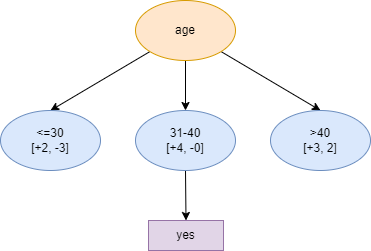
JhunBrian/DS-312 keeps this draw.io diagram as materials/Decision Tree/figures/act3_it2.drawio.png. Above is the earlier version. Source tidied: cells renumbered, new cells last; positions are measured from the earlier drawing's top-left corner, leaving out a move shared by most shapes. Its diagram source:
```xml
<mxGraphModel>
  <root>
    <mxCell id="0" />
    <mxCell id="1" parent="0" />
    <mxCell id="2" style="edgeStyle=none;rounded=0;jettySize=auto;html=1;entryX=0.5;entryY=0;entryDx=0;entryDy=0;" parent="1" edge="1" source="5" target="6">
      <mxGeometry relative="1" as="geometry" />
    </mxCell>
    <mxCell id="3" style="edgeStyle=none;rounded=0;jettySize=auto;html=1;entryX=0.5;entryY=0;entryDx=0;entryDy=0;" parent="1" edge="1" source="5" target="9">
      <mxGeometry relative="1" as="geometry" />
    </mxCell>
    <mxCell id="4" style="edgeStyle=none;rounded=0;jettySize=auto;html=1;" parent="1" edge="1" source="5" target="8">
      <mxGeometry relative="1" as="geometry" />
    </mxCell>
    <mxCell id="5" value="age" style="ellipse;whiteSpace=wrap;html=1;fillColor=#ffe6cc;strokeColor=#d79b00;" parent="1" vertex="1">
      <mxGeometry x="135" width="100" height="60" as="geometry" />
    </mxCell>
    <mxCell id="6" value="&amp;lt;=30&lt;br&gt;[+2, -3]" style="ellipse;whiteSpace=wrap;html=1;fillColor=#dae8fc;strokeColor=#6c8ebf;" parent="1" vertex="1">
      <mxGeometry y="110" width="100" height="60" as="geometry" />
    </mxCell>
    <mxCell id="7" style="edgeStyle=none;rounded=0;jettySize=auto;html=1;entryX=0.5;entryY=0;entryDx=0;entryDy=0;" parent="1" edge="1" source="8" target="10">
      <mxGeometry relative="1" as="geometry" />
    </mxCell>
    <mxCell id="8" value="31-40&lt;br&gt;[+4, -0]" style="ellipse;whiteSpace=wrap;html=1;fillColor=#dae8fc;strokeColor=#6c8ebf;" parent="1" vertex="1">
      <mxGeometry x="135" y="110" width="100" height="60" as="geometry" />
    </mxCell>
    <mxCell id="9" value="&amp;gt;40&lt;br&gt;[+3, 2]" style="ellipse;whiteSpace=wrap;html=1;fillColor=#dae8fc;strokeColor=#6c8ebf;" parent="1" vertex="1">
      <mxGeometry x="270" y="110" width="100" height="60" as="geometry" />
    </mxCell>
    <mxCell id="10" value="yes" style="rounded=0;whiteSpace=wrap;html=1;fillColor=#e1d5e7;strokeColor=#9673a6;" parent="1" vertex="1">
      <mxGeometry x="148" y="220" width="75" height="30" as="geometry" />
    </mxCell>
  </root>
</mxGraphModel>
```
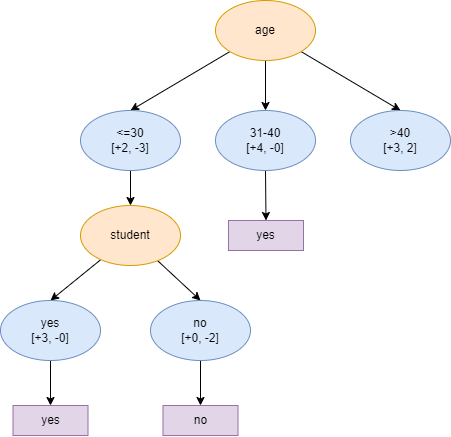
Later version of the same file.

Change to the diagram source:
```diff
@@ -14,20 +14,50 @@
     <mxCell id="5" value="age" style="ellipse;whiteSpace=wrap;html=1;fillColor=#ffe6cc;strokeColor=#d79b00;" parent="1" vertex="1">
       <mxGeometry x="135" width="100" height="60" as="geometry" />
     </mxCell>
+    <mxCell id="11" style="edgeStyle=none;rounded=0;jettySize=auto;html=1;entryX=0.5;entryY=0;entryDx=0;entryDy=0;" parent="1" edge="1" source="6" target="16">
+      <mxGeometry relative="1" as="geometry" />
+    </mxCell>
     <mxCell id="6" value="&amp;lt;=30&lt;br&gt;[+2, -3]" style="ellipse;whiteSpace=wrap;html=1;fillColor=#dae8fc;strokeColor=#6c8ebf;" parent="1" vertex="1">
       <mxGeometry y="110" width="100" height="60" as="geometry" />
     </mxCell>
-    <mxCell id="7" style="edgeStyle=none;rounded=0;jettySize=auto;html=1;entryX=0.5;entryY=0;entryDx=0;entryDy=0;" parent="1" edge="1" source="8" target="10">
-      <mxGeometry relative="1" as="geometry" />
-    </mxCell>
+    <mxCell id="12" style="edgeStyle=none;rounded=0;jettySize=auto;html=1;entryX=0.5;entryY=0;entryDx=0;entryDy=0;" parent="1" edge="1" source="8" target="13">
+      <mxGeometry relative="1" as="geometry" />
+    </mxCell>
     <mxCell id="8" value="31-40&lt;br&gt;[+4, -0]" style="ellipse;whiteSpace=wrap;html=1;fillColor=#dae8fc;strokeColor=#6c8ebf;" parent="1" vertex="1">
       <mxGeometry x="135" y="110" width="100" height="60" as="geometry" />
     </mxCell>
     <mxCell id="9" value="&amp;gt;40&lt;br&gt;[+3, 2]" style="ellipse;whiteSpace=wrap;html=1;fillColor=#dae8fc;strokeColor=#6c8ebf;" parent="1" vertex="1">
       <mxGeometry x="270" y="110" width="100" height="60" as="geometry" />
     </mxCell>
-    <mxCell id="10" value="yes" style="rounded=0;whiteSpace=wrap;html=1;fillColor=#e1d5e7;strokeColor=#9673a6;" parent="1" vertex="1">
-      <mxGeometry x="148" y="220" width="75" height="30" as="geometry" />
-    </mxCell>
+    <mxCell id="13" value="yes" style="rounded=0;whiteSpace=wrap;html=1;fillColor=#e1d5e7;strokeColor=#9673a6;" parent="1" vertex="1">
+      <mxGeometry x="148" y="220" width="75" height="30" as="geometry" />
+    </mxCell>
+    <mxCell id="14" style="edgeStyle=none;rounded=0;jettySize=auto;html=1;entryX=0.5;entryY=0;entryDx=0;entryDy=0;" parent="1" edge="1" source="16" target="18">
+      <mxGeometry relative="1" as="geometry" />
+    </mxCell>
+    <mxCell id="15" style="edgeStyle=none;rounded=0;jettySize=auto;html=1;entryX=0.5;entryY=0;entryDx=0;entryDy=0;" parent="1" edge="1" source="16" target="20">
+      <mxGeometry relative="1" as="geometry" />
+    </mxCell>
+    <mxCell id="16" value="student" style="ellipse;whiteSpace=wrap;html=1;fillColor=#ffe6cc;strokeColor=#d79b00;" parent="1" vertex="1">
+      <mxGeometry y="205" width="100" height="60" as="geometry" />
+    </mxCell>
+    <mxCell id="17" style="edgeStyle=none;rounded=0;jettySize=auto;html=1;" parent="1" edge="1" source="18" target="21">
+      <mxGeometry relative="1" as="geometry" />
+    </mxCell>
+    <mxCell id="18" value="yes&lt;br&gt;[+3, -0]" style="ellipse;whiteSpace=wrap;html=1;fillColor=#dae8fc;strokeColor=#6c8ebf;" parent="1" vertex="1">
+      <mxGeometry x="-80" y="300" width="100" height="60" as="geometry" />
+    </mxCell>
+    <mxCell id="19" style="edgeStyle=none;rounded=0;jettySize=auto;html=1;" parent="1" edge="1" source="20" target="22">
+      <mxGeometry relative="1" as="geometry" />
+    </mxCell>
+    <mxCell id="20" value="no&lt;br&gt;[+0, -2]" style="ellipse;whiteSpace=wrap;html=1;fillColor=#dae8fc;strokeColor=#6c8ebf;" parent="1" vertex="1">
+      <mxGeometry x="70" y="300" width="100" height="60" as="geometry" />
+    </mxCell>
+    <mxCell id="21" value="yes" style="rounded=0;whiteSpace=wrap;html=1;fillColor=#e1d5e7;strokeColor=#9673a6;" parent="1" vertex="1">
+      <mxGeometry x="-67.5" y="405" width="75" height="30" as="geometry" />
+    </mxCell>
+    <mxCell id="22" value="no" style="rounded=0;whiteSpace=wrap;html=1;fillColor=#e1d5e7;strokeColor=#9673a6;" parent="1" vertex="1">
+      <mxGeometry x="82.5" y="405" width="75" height="30" as="geometry" />
+    </mxCell>
   </root>
 </mxGraphModel>
```
